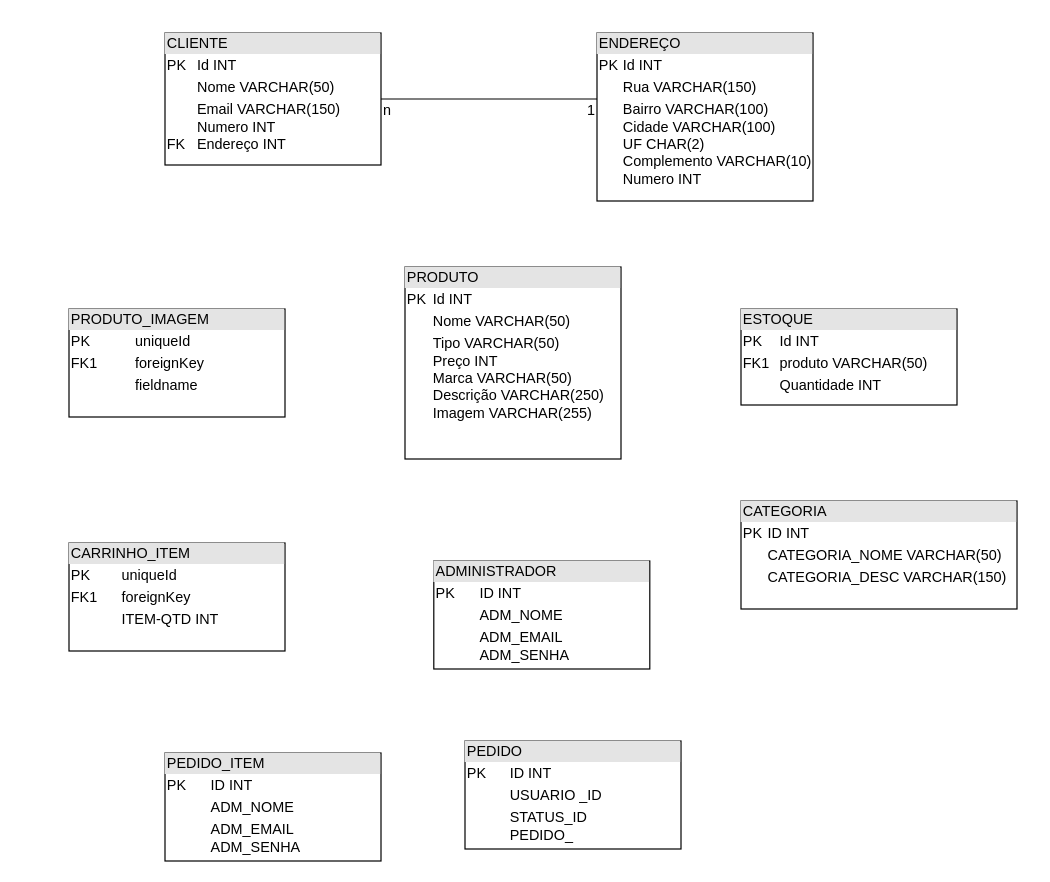
Earlier version of the draw.io diagram Diagrama sem nome.drawio (Erick-Simas/projeto-tsi-awc). Source tidied: cells renumbered, new cells numbered last; positions are measured from the earlier drawing's top-left corner, leaving out a move shared by most shapes. Both pictures are drawn from the tidied source at 120%, with x=0, y=0 at pixel (68, 32).
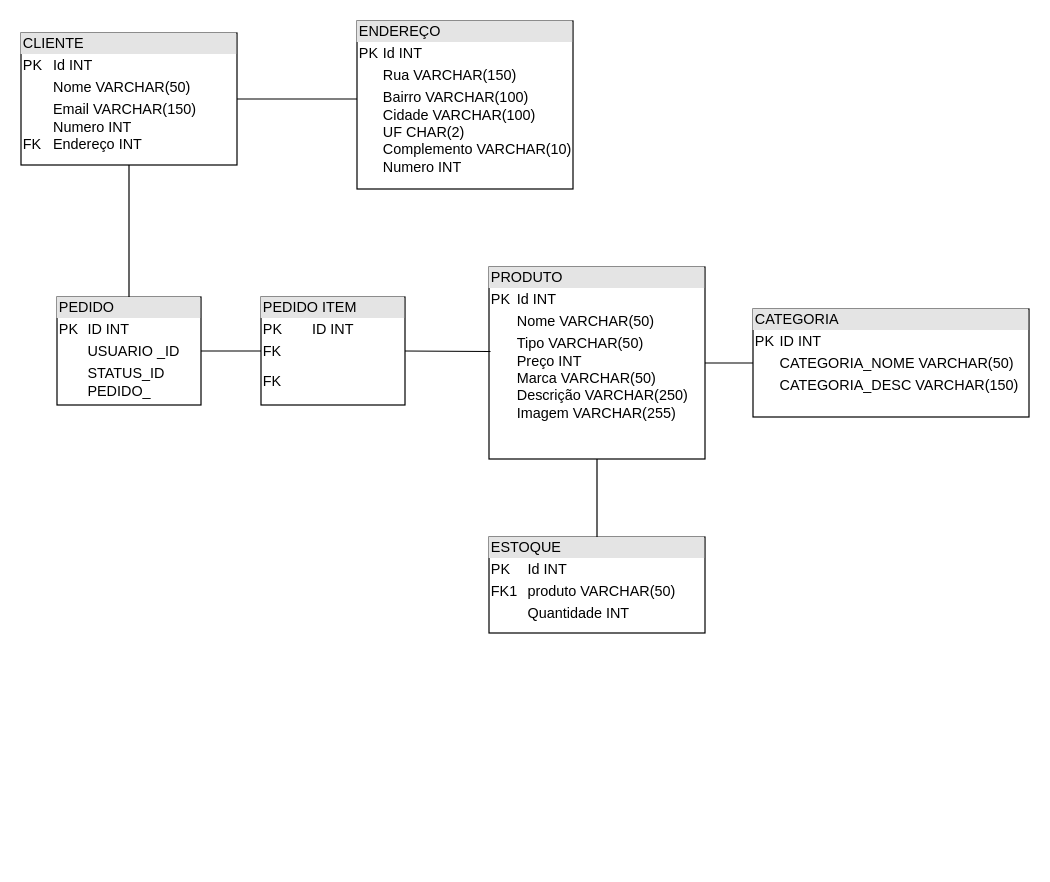
Above is the later version.

The edit, as a diff of the source:
```diff
@@
 <mxGraphModel>
   <root>
     <mxCell id="0" />
     <mxCell id="1" parent="0" />
     <mxCell id="2" value="&lt;div style=&quot;box-sizing:border-box;width:100%;background:#e4e4e4;padding:2px;&quot;&gt;CLIENTE&lt;/div&gt;&lt;table style=&quot;width:100%;font-size:1em;&quot; cellpadding=&quot;2&quot; cellspacing=&quot;0&quot;&gt;&lt;tbody&gt;&lt;tr&gt;&lt;td&gt;PK&lt;/td&gt;&lt;td&gt;Id INT&lt;/td&gt;&lt;/tr&gt;&lt;tr&gt;&lt;td&gt;&lt;br&gt;&lt;/td&gt;&lt;td&gt;Nome VARCHAR(50)&lt;/td&gt;&lt;/tr&gt;&lt;tr&gt;&lt;td&gt;&lt;br&gt;&lt;br&gt;FK&lt;/td&gt;&lt;td&gt;Email VARCHAR(150)&lt;br&gt;Numero INT&lt;br&gt;Endereço INT&lt;/td&gt;&lt;/tr&gt;&lt;/tbody&gt;&lt;/table&gt;" style="verticalAlign=top;align=left;overflow=fill;html=1;" parent="1" vertex="1">
-      <mxGeometry x="80" width="180" height="110" as="geometry" />
+      <mxGeometry x="-40" width="180" height="110" as="geometry" />
     </mxCell>
     <mxCell id="3" value="&lt;div style=&quot;box-sizing:border-box;width:100%;background:#e4e4e4;padding:2px;&quot;&gt;ENDEREÇO&lt;/div&gt;&lt;table style=&quot;width:100%;font-size:1em;&quot; cellpadding=&quot;2&quot; cellspacing=&quot;0&quot;&gt;&lt;tbody&gt;&lt;tr&gt;&lt;td&gt;PK&lt;/td&gt;&lt;td&gt;Id INT&lt;/td&gt;&lt;/tr&gt;&lt;tr&gt;&lt;td&gt;&lt;br&gt;&lt;/td&gt;&lt;td&gt;Rua VARCHAR(150)&lt;/td&gt;&lt;/tr&gt;&lt;tr&gt;&lt;td&gt;&lt;/td&gt;&lt;td&gt;Bairro VARCHAR(100)&lt;br&gt;Cidade VARCHAR(100)&lt;br&gt;UF CHAR(2)&lt;br&gt;Complemento VARCHAR(10)&lt;br&gt;Numero INT&lt;/td&gt;&lt;/tr&gt;&lt;/tbody&gt;&lt;/table&gt;" style="verticalAlign=top;align=left;overflow=fill;html=1;" parent="1" vertex="1">
-      <mxGeometry x="440" width="180" height="140" as="geometry" />
+      <mxGeometry x="240" y="-10" width="180" height="140" as="geometry" />
     </mxCell>
     <mxCell id="4" value="&lt;div style=&quot;box-sizing:border-box;width:100%;background:#e4e4e4;padding:2px;&quot;&gt;PRODUTO&lt;/div&gt;&lt;table style=&quot;width:100%;font-size:1em;&quot; cellpadding=&quot;2&quot; cellspacing=&quot;0&quot;&gt;&lt;tbody&gt;&lt;tr&gt;&lt;td&gt;PK&lt;/td&gt;&lt;td&gt;Id INT&lt;/td&gt;&lt;/tr&gt;&lt;tr&gt;&lt;td&gt;&lt;br&gt;&lt;/td&gt;&lt;td&gt;Nome VARCHAR(50)&lt;/td&gt;&lt;/tr&gt;&lt;tr&gt;&lt;td&gt;&lt;/td&gt;&lt;td&gt;Tipo VARCHAR(50)&lt;br&gt;Preço INT&lt;br&gt;Marca VARCHAR(50)&lt;br&gt;Descrição VARCHAR(250)&lt;br&gt;Imagem VARCHAR(255)&lt;br&gt;&lt;br&gt;&lt;br&gt;&lt;/td&gt;&lt;/tr&gt;&lt;/tbody&gt;&lt;/table&gt;" style="verticalAlign=top;align=left;overflow=fill;html=1;" parent="1" vertex="1">
-      <mxGeometry x="280" y="195" width="180" height="160" as="geometry" />
+      <mxGeometry x="350" y="195" width="180" height="160" as="geometry" />
     </mxCell>
     <mxCell id="5" value="&lt;div style=&quot;box-sizing:border-box;width:100%;background:#e4e4e4;padding:2px;&quot;&gt;ESTOQUE&lt;/div&gt;&lt;table style=&quot;width:100%;font-size:1em;&quot; cellpadding=&quot;2&quot; cellspacing=&quot;0&quot;&gt;&lt;tbody&gt;&lt;tr&gt;&lt;td&gt;PK&lt;/td&gt;&lt;td&gt;Id INT&lt;br&gt;&lt;/td&gt;&lt;/tr&gt;&lt;tr&gt;&lt;td&gt;FK1&lt;/td&gt;&lt;td&gt;produto VARCHAR(50)&lt;/td&gt;&lt;/tr&gt;&lt;tr&gt;&lt;td&gt;&lt;/td&gt;&lt;td&gt;Quantidade INT&lt;/td&gt;&lt;/tr&gt;&lt;/tbody&gt;&lt;/table&gt;" style="verticalAlign=top;align=left;overflow=fill;html=1;" parent="1" vertex="1">
-      <mxGeometry x="560" y="230" width="180" height="80" as="geometry" />
+      <mxGeometry x="350" y="420" width="180" height="80" as="geometry" />
     </mxCell>
-    <mxCell id="6" value="&lt;div style=&quot;box-sizing:border-box;width:100%;background:#e4e4e4;padding:2px;&quot;&gt;CARRINHO_ITEM&lt;/div&gt;&lt;table style=&quot;width:100%;font-size:1em;&quot; cellpadding=&quot;2&quot; cellspacing=&quot;0&quot;&gt;&lt;tbody&gt;&lt;tr&gt;&lt;td&gt;PK&lt;/td&gt;&lt;td&gt;uniqueId&lt;/td&gt;&lt;/tr&gt;&lt;tr&gt;&lt;td&gt;FK1&lt;/td&gt;&lt;td&gt;foreignKey&lt;/td&gt;&lt;/tr&gt;&lt;tr&gt;&lt;td&gt;&lt;/td&gt;&lt;td&gt;ITEM-QTD INT&lt;/td&gt;&lt;/tr&gt;&lt;/tbody&gt;&lt;/table&gt;" style="verticalAlign=top;align=left;overflow=fill;html=1;" parent="1" vertex="1">
-      <mxGeometry y="425" width="180" height="90" as="geometry" />
-    </mxCell>
     <mxCell id="7" style="line;strokeWidth=1;fillColor=none;align=left;verticalAlign=middle;spacingTop=-1;spacingLeft=3;spacingRight=3;labelPosition=right;strokeColor=inherit;" parent="1" vertex="1">
-      <mxGeometry x="260" y="51" width="180" height="8" as="geometry" />
+      <mxGeometry x="140" y="51" width="100" height="8" as="geometry" />
     </mxCell>
-    <mxCell id="8" value="n" style="text;html=1;align=center;verticalAlign=middle;strokeColor=none;fillColor=none;" parent="1" vertex="1">
-      <mxGeometry x="250" y="50" width="30" height="30" as="geometry" />
-    </mxCell>
-    <mxCell id="9" value="1" style="text;html=1;align=center;verticalAlign=middle;strokeColor=none;fillColor=none;" parent="1" vertex="1">
-      <mxGeometry x="420" y="50" width="30" height="30" as="geometry" />
-    </mxCell>
-    <mxCell id="10" value="&lt;div style=&quot;box-sizing:border-box;width:100%;background:#e4e4e4;padding:2px;&quot;&gt;PRODUTO_IMAGEM&lt;/div&gt;&lt;table style=&quot;width:100%;font-size:1em;&quot; cellpadding=&quot;2&quot; cellspacing=&quot;0&quot;&gt;&lt;tbody&gt;&lt;tr&gt;&lt;td&gt;PK&lt;/td&gt;&lt;td&gt;uniqueId&lt;/td&gt;&lt;/tr&gt;&lt;tr&gt;&lt;td&gt;FK1&lt;/td&gt;&lt;td&gt;foreignKey&lt;/td&gt;&lt;/tr&gt;&lt;tr&gt;&lt;td&gt;&lt;/td&gt;&lt;td&gt;fieldname&lt;/td&gt;&lt;/tr&gt;&lt;/tbody&gt;&lt;/table&gt;" style="verticalAlign=top;align=left;overflow=fill;html=1;" parent="1" vertex="1">
-      <mxGeometry y="230" width="180" height="90" as="geometry" />
-    </mxCell>
-    <mxCell id="11" value="&lt;div style=&quot;box-sizing:border-box;width:100%;background:#e4e4e4;padding:2px;&quot;&gt;ADMINISTRADOR&lt;/div&gt;&lt;table style=&quot;width:100%;font-size:1em;&quot; cellpadding=&quot;2&quot; cellspacing=&quot;0&quot;&gt;&lt;tbody&gt;&lt;tr&gt;&lt;td&gt;PK&lt;/td&gt;&lt;td&gt;ID INT&lt;/td&gt;&lt;/tr&gt;&lt;tr&gt;&lt;td&gt;&lt;br&gt;&lt;/td&gt;&lt;td&gt;ADM_NOME&lt;/td&gt;&lt;/tr&gt;&lt;tr&gt;&lt;td&gt;&lt;/td&gt;&lt;td&gt;ADM_EMAIL&lt;br&gt;ADM_SENHA&lt;br&gt;&lt;br&gt;&lt;/td&gt;&lt;/tr&gt;&lt;/tbody&gt;&lt;/table&gt;" style="verticalAlign=top;align=left;overflow=fill;html=1;" parent="1" vertex="1">
-      <mxGeometry x="304" y="440" width="180" height="90" as="geometry" />
-    </mxCell>
-    <mxCell id="12" value="&lt;div style=&quot;box-sizing:border-box;width:100%;background:#e4e4e4;padding:2px;&quot;&gt;PEDIDO_ITEM&lt;/div&gt;&lt;table style=&quot;width:100%;font-size:1em;&quot; cellpadding=&quot;2&quot; cellspacing=&quot;0&quot;&gt;&lt;tbody&gt;&lt;tr&gt;&lt;td&gt;PK&lt;/td&gt;&lt;td&gt;ID INT&lt;/td&gt;&lt;/tr&gt;&lt;tr&gt;&lt;td&gt;&lt;br&gt;&lt;/td&gt;&lt;td&gt;ADM_NOME&lt;/td&gt;&lt;/tr&gt;&lt;tr&gt;&lt;td&gt;&lt;/td&gt;&lt;td&gt;ADM_EMAIL&lt;br&gt;ADM_SENHA&lt;br&gt;&lt;br&gt;&lt;/td&gt;&lt;/tr&gt;&lt;/tbody&gt;&lt;/table&gt;" style="verticalAlign=top;align=left;overflow=fill;html=1;" parent="1" vertex="1">
-      <mxGeometry x="80" y="600" width="180" height="90" as="geometry" />
-    </mxCell>
     <mxCell id="13" value="&lt;div style=&quot;box-sizing:border-box;width:100%;background:#e4e4e4;padding:2px;&quot;&gt;CATEGORIA&lt;/div&gt;&lt;table style=&quot;width:100%;font-size:1em;&quot; cellpadding=&quot;2&quot; cellspacing=&quot;0&quot;&gt;&lt;tbody&gt;&lt;tr&gt;&lt;td&gt;PK&lt;/td&gt;&lt;td&gt;ID INT&lt;/td&gt;&lt;/tr&gt;&lt;tr&gt;&lt;td&gt;&lt;br&gt;&lt;/td&gt;&lt;td&gt;CATEGORIA_NOME VARCHAR(50)&lt;/td&gt;&lt;/tr&gt;&lt;tr&gt;&lt;td&gt;&lt;/td&gt;&lt;td&gt;CATEGORIA_DESC VARCHAR(150)&lt;br&gt;&lt;br&gt;&lt;/td&gt;&lt;/tr&gt;&lt;/tbody&gt;&lt;/table&gt;" style="verticalAlign=top;align=left;overflow=fill;html=1;" parent="1" vertex="1">
-      <mxGeometry x="560" y="390" width="230" height="90" as="geometry" />
+      <mxGeometry x="570" y="230" width="230" height="90" as="geometry" />
     </mxCell>
     <mxCell id="14" value="&lt;div style=&quot;box-sizing:border-box;width:100%;background:#e4e4e4;padding:2px;&quot;&gt;PEDIDO&lt;/div&gt;&lt;table style=&quot;width:100%;font-size:1em;&quot; cellpadding=&quot;2&quot; cellspacing=&quot;0&quot;&gt;&lt;tbody&gt;&lt;tr&gt;&lt;td&gt;PK&lt;/td&gt;&lt;td&gt;ID INT&lt;/td&gt;&lt;/tr&gt;&lt;tr&gt;&lt;td&gt;&lt;br&gt;&lt;/td&gt;&lt;td&gt;USUARIO _ID&lt;/td&gt;&lt;/tr&gt;&lt;tr&gt;&lt;td&gt;&lt;/td&gt;&lt;td&gt;STATUS_ID&lt;br&gt;PEDIDO_&lt;br&gt;&lt;br&gt;&lt;/td&gt;&lt;/tr&gt;&lt;/tbody&gt;&lt;/table&gt;" style="verticalAlign=top;align=left;overflow=fill;html=1;" parent="1" vertex="1">
-      <mxGeometry x="330" y="590" width="180" height="90" as="geometry" />
+      <mxGeometry x="-10" y="220" width="120" height="90" as="geometry" />
     </mxCell>
+    <mxCell id="15" style="endArrow=none;html=1;rounded=0;entryX=0.5;entryY=1;entryDx=0;entryDy=0;" parent="1" edge="1" source="14" target="2">
+      <mxGeometry relative="1" as="geometry" />
+    </mxCell>
+    <mxCell id="16" style="endArrow=none;html=1;rounded=0;exitX=1;exitY=0.5;exitDx=0;exitDy=0;entryX=0.007;entryY=0.44;entryDx=0;entryDy=0;entryPerimeter=0;startArrow=none;" parent="1" edge="1" source="20" target="4">
+      <mxGeometry relative="1" as="geometry" />
+    </mxCell>
+    <mxCell id="17" style="endArrow=none;html=1;rounded=0;" parent="1" edge="1" source="13" target="4">
+      <mxGeometry relative="1" as="geometry" />
+    </mxCell>
+    <mxCell id="18" style="endArrow=none;html=1;rounded=0;entryX=0.5;entryY=1;entryDx=0;entryDy=0;" parent="1" edge="1" source="5" target="4">
+      <mxGeometry relative="1" as="geometry" />
+    </mxCell>
+    <mxCell id="19" style="endArrow=none;html=1;rounded=0;exitX=1;exitY=0.5;exitDx=0;exitDy=0;entryX=0;entryY=0.5;entryDx=0;entryDy=0;" parent="1" edge="1" source="14" target="20">
+      <mxGeometry relative="1" as="geometry" />
+    </mxCell>
+    <mxCell id="20" value="&lt;div style=&quot;box-sizing:border-box;width:100%;background:#e4e4e4;padding:2px;&quot;&gt;PEDIDO ITEM&lt;/div&gt;&lt;table style=&quot;width:100%;font-size:1em;&quot; cellpadding=&quot;2&quot; cellspacing=&quot;0&quot;&gt;&lt;tbody&gt;&lt;tr&gt;&lt;td&gt;PK&lt;/td&gt;&lt;td&gt;ID INT&lt;/td&gt;&lt;/tr&gt;&lt;tr&gt;&lt;td&gt;FK&lt;/td&gt;&lt;td&gt;&lt;br&gt;&lt;/td&gt;&lt;/tr&gt;&lt;tr&gt;&lt;td&gt;FK&lt;/td&gt;&lt;td&gt;&lt;br&gt;&lt;br&gt;&lt;/td&gt;&lt;/tr&gt;&lt;/tbody&gt;&lt;/table&gt;" style="verticalAlign=top;align=left;overflow=fill;html=1;" parent="1" vertex="1">
+      <mxGeometry x="160" y="220" width="120" height="90" as="geometry" />
+    </mxCell>
   </root>
 </mxGraphModel>
```
